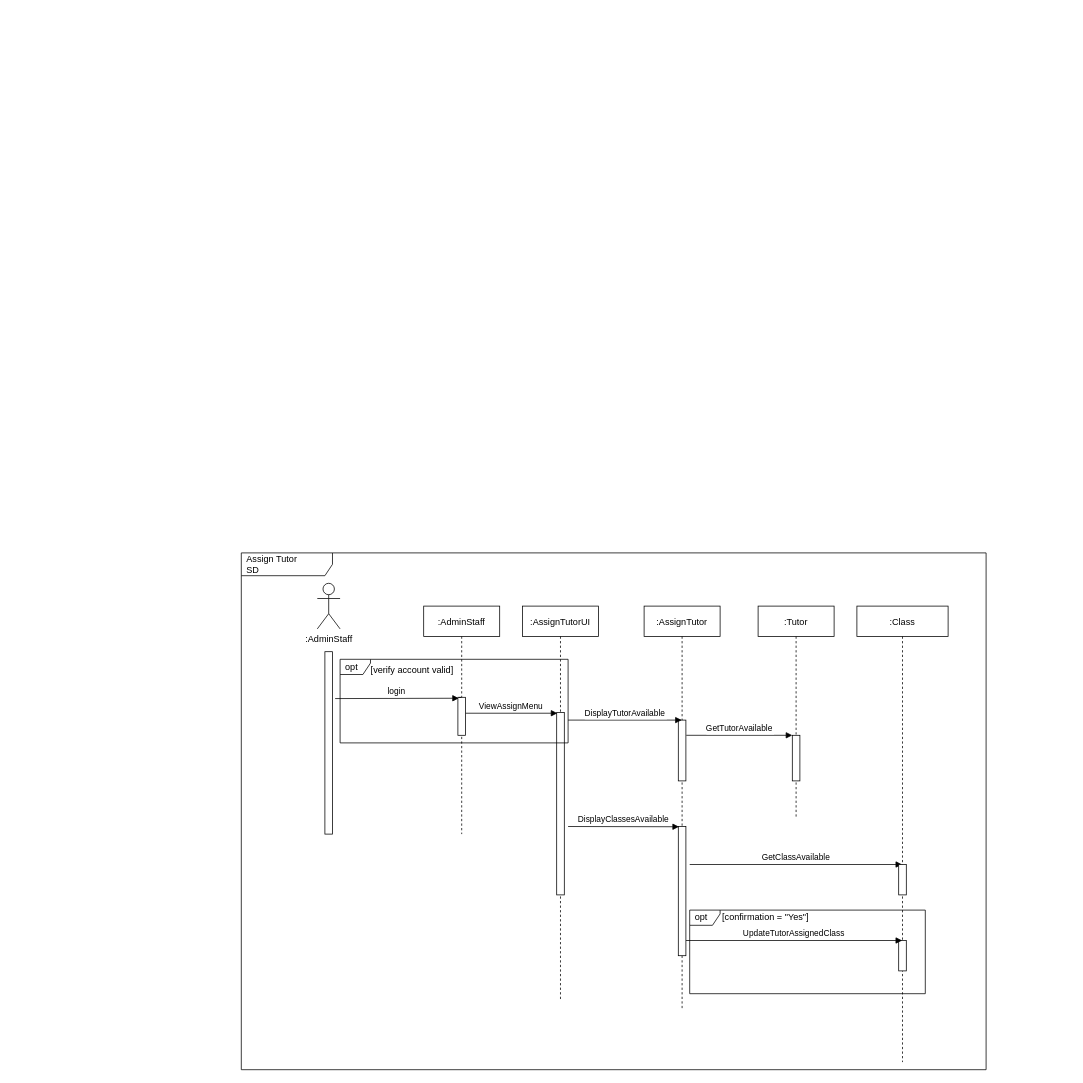
The draw.io diagram OOAD DIAGRAM/SequenceDiagram.drawio in Jerald13/SemV2-Drawio, before the edit. Source tidied: cells renumbered, new cells numbered last; positions are measured from the earlier drawing's top-left corner, leaving out a move shared by most shapes. Both pictures are drawn from the tidied source at 76%, with x=0, y=0 at pixel (241, 553).
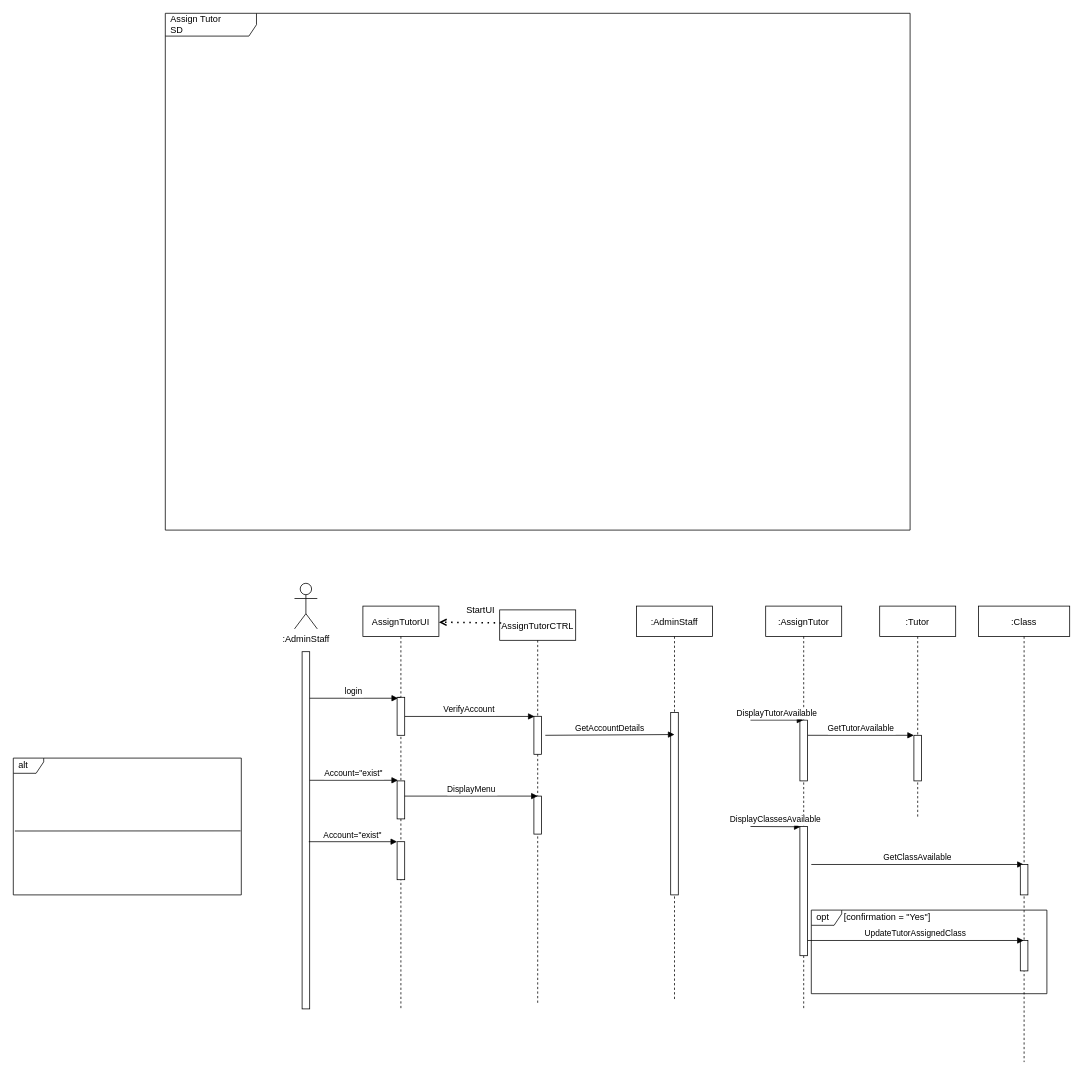
Above is the later version.

The change refers to these unchanged cells:
```xml
<mxCell id="7" style="points=[];perimeter=orthogonalPerimeter;rounded=0;shadow=0;strokeWidth=1;" parent="5" vertex="1">
  <mxGeometry x="45" y="290" width="10" height="170" as="geometry" />
</mxCell>
```

Change to the diagram source:
```diff
@@
-    <mxCell id="2" value=":AssignTutorUI" style="shape=umlLifeline;perimeter=lifelinePerimeter;rounded=0;shadow=0;strokeWidth=1;" parent="1" vertex="1">
-      <mxGeometry x="370" y="70" width="100" height="520" as="geometry" />
+    <mxCell id="2" value="AssignTutorCTRL" style="shape=umlLifeline;perimeter=lifelinePerimeter;rounded=0;shadow=0;strokeWidth=1;" parent="1" vertex="1">
+      <mxGeometry x="340" y="75" width="100" height="520" as="geometry" />
     </mxCell>
     <mxCell id="3" style="points=[];perimeter=orthogonalPerimeter;rounded=0;shadow=0;strokeWidth=1;" parent="2" vertex="1">
-      <mxGeometry x="45" y="140" width="10" height="240" as="geometry" />
+      <mxGeometry x="45" y="140" width="10" height="50" as="geometry" />
     </mxCell>
-    <mxCell id="4" value="opt" style="shape=umlFrame;whiteSpace=wrap;html=1;width=40;height=20;boundedLbl=1;verticalAlign=middle;align=left;spacingLeft=5;strokeColor=default;gradientColor=none;" parent="2" vertex="1">
-      <mxGeometry x="-240" y="70" width="300" height="110" as="geometry" />
-    </mxCell>
+    <mxCell id="29" style="perimeter=orthogonalPerimeter;rounded=0;shadow=0;strokeWidth=1;" parent="2" vertex="1">
+      <mxGeometry x="45" y="245" width="10" height="50" as="geometry" />
+    </mxCell>
     <mxCell id="5" value=":AssignTutor" style="shape=umlLifeline;perimeter=lifelinePerimeter;rounded=0;shadow=0;strokeWidth=1;" parent="1" vertex="1">
-      <mxGeometry x="530" y="70" width="100" height="530" as="geometry" />
+      <mxGeometry x="690" y="70" width="100" height="530" as="geometry" />
     </mxCell>
@@
     <mxCell id="8" value=":AdminStaff" style="shape=umlActor;verticalLabelPosition=bottom;verticalAlign=top;html=1;strokeColor=default;gradientColor=none;" parent="1" vertex="1">
-      <mxGeometry x="100" y="40" width="30" height="60" as="geometry" />
+      <mxGeometry x="70" y="40" width="30" height="60" as="geometry" />
     </mxCell>
     <mxCell id="9" style="points=[];perimeter=orthogonalPerimeter;rounded=0;shadow=0;strokeWidth=1;" parent="1" vertex="1">
-      <mxGeometry x="110" y="130" width="10" height="240" as="geometry" />
+      <mxGeometry x="80" y="130" width="10" height="470" as="geometry" />
     </mxCell>
-    <mxCell id="10" value="login" style="verticalAlign=bottom;endArrow=block;shadow=0;strokeWidth=1;exitX=1.348;exitY=0.257;exitDx=0;exitDy=0;exitPerimeter=0;entryX=0.124;entryY=0.025;entryDx=0;entryDy=0;entryPerimeter=0;" parent="1" edge="1" source="9" target="23">
+    <mxCell id="10" value="login" style="verticalAlign=bottom;endArrow=block;shadow=0;strokeWidth=1;entryX=0.124;entryY=0.025;entryDx=0;entryDy=0;entryPerimeter=0;" parent="1" edge="1" source="9" target="23">
       <mxGeometry relative="1" as="geometry" />
     </mxCell>
-    <mxCell id="11" value=":AdminStaff" style="shape=umlLifeline;perimeter=lifelinePerimeter;rounded=0;shadow=0;strokeWidth=1;" parent="1" vertex="1">
-      <mxGeometry x="240" y="70" width="100" height="300" as="geometry" />
+    <mxCell id="11" value="AssignTutorUI" style="shape=umlLifeline;perimeter=lifelinePerimeter;rounded=0;shadow=0;strokeWidth=1;" parent="1" vertex="1">
+      <mxGeometry x="160" y="70" width="100" height="530" as="geometry" />
     </mxCell>
+    <mxCell id="30" value="Account=&quot;exist&quot;" style="verticalAlign=bottom;endArrow=block;shadow=0;strokeWidth=1;entryX=0.124;entryY=0.025;entryDx=0;entryDy=0;entryPerimeter=0;" parent="11" edge="1">
+      <mxGeometry relative="1" as="geometry">
+        <mxPoint x="-70" y="229.2" as="sourcePoint" />
+        <mxPoint x="46.2" y="229.2" as="targetPoint" />
+      </mxGeometry>
+    </mxCell>
+    <mxCell id="31" style="perimeter=orthogonalPerimeter;rounded=0;shadow=0;strokeWidth=1;" parent="11" vertex="1">
+      <mxGeometry x="45" y="230" width="10" height="50" as="geometry" />
+    </mxCell>
+    <mxCell id="32" style="perimeter=orthogonalPerimeter;rounded=0;shadow=0;strokeWidth=1;" parent="11" vertex="1">
+      <mxGeometry x="45" y="310" width="10" height="50" as="geometry" />
+    </mxCell>
+    <mxCell id="33" value="Account=&quot;exist&quot;" style="verticalAlign=bottom;endArrow=block;shadow=0;strokeWidth=1;entryX=0.124;entryY=0.025;entryDx=0;entryDy=0;entryPerimeter=0;" parent="11" edge="1">
+      <mxGeometry relative="1" as="geometry">
+        <mxPoint x="-71.2" y="310" as="sourcePoint" />
+        <mxPoint x="45" y="310" as="targetPoint" />
+      </mxGeometry>
+    </mxCell>
-    <mxCell id="12" value="ViewAssignMenu" style="verticalAlign=bottom;endArrow=block;shadow=0;strokeWidth=1;entryX=0.09;entryY=0.004;entryDx=0;entryDy=0;entryPerimeter=0;startArrow=none;" parent="1" edge="1" source="23" target="3">
+    <mxCell id="12" value="VerifyAccount" style="verticalAlign=bottom;endArrow=block;shadow=0;strokeWidth=1;entryX=0.09;entryY=0.004;entryDx=0;entryDy=0;entryPerimeter=0;startArrow=none;" parent="1" edge="1" source="23" target="3">
       <mxGeometry relative="1" as="geometry" />
     </mxCell>
     <mxCell id="13" value="DisplayTutorAvailable" style="verticalAlign=bottom;endArrow=block;shadow=0;strokeWidth=1;" parent="1" edge="1" target="5">
       <mxGeometry relative="1" as="geometry">
-        <mxPoint x="430" y="220" as="sourcePoint" />
+        <mxPoint x="670" y="220" as="sourcePoint" />
       </mxGeometry>
     </mxCell>
     <mxCell id="14" value="DisplayClassesAvailable" style="verticalAlign=bottom;endArrow=block;shadow=0;strokeWidth=1;entryX=0.09;entryY=0.002;entryDx=0;entryDy=0;entryPerimeter=0;" parent="1" edge="1" target="7">
       <mxGeometry relative="1" as="geometry">
-        <mxPoint x="430" y="360" as="sourcePoint" />
+        <mxPoint x="670" y="360" as="sourcePoint" />
       </mxGeometry>
     </mxCell>
     <mxCell id="15" value="[confirmation = &quot;Yes&quot;]" style="text;html=1;strokeColor=none;fillColor=none;align=center;verticalAlign=middle;whiteSpace=wrap;rounded=0;" parent="1" vertex="1">
-      <mxGeometry x="620" y="470" width="140" height="20" as="geometry" />
+      <mxGeometry x="780" y="470" width="140" height="20" as="geometry" />
     </mxCell>
     <mxCell id="16" value=":Tutor" style="shape=umlLifeline;perimeter=lifelinePerimeter;rounded=0;shadow=0;strokeWidth=1;" parent="1" vertex="1">
-      <mxGeometry x="680" y="70" width="100" height="280" as="geometry" />
+      <mxGeometry x="840" y="70" width="100" height="280" as="geometry" />
     </mxCell>
@@
     <mxCell id="19" value="GetTutorAvailable" style="verticalAlign=bottom;endArrow=block;shadow=0;strokeWidth=1;" parent="1" edge="1">
       <mxGeometry relative="1" as="geometry">
-        <mxPoint x="585.5" y="240" as="sourcePoint" />
-        <mxPoint x="725" y="240" as="targetPoint" />
+        <mxPoint x="745.5" y="240" as="sourcePoint" />
+        <mxPoint x="885" y="240" as="targetPoint" />
       </mxGeometry>
     </mxCell>
     <mxCell id="20" value=":Class" style="shape=umlLifeline;perimeter=lifelinePerimeter;rounded=0;shadow=0;strokeWidth=1;" parent="1" vertex="1">
-      <mxGeometry x="810" y="70" width="120" height="600" as="geometry" />
+      <mxGeometry x="970" y="70" width="120" height="600" as="geometry" />
     </mxCell>
@@
     <mxCell id="23" style="points=[];perimeter=orthogonalPerimeter;rounded=0;shadow=0;strokeWidth=1;" parent="1" vertex="1">
-      <mxGeometry x="285" y="190" width="10" height="50" as="geometry" />
+      <mxGeometry x="205" y="190" width="10" height="50" as="geometry" />
     </mxCell>
@@
-    <mxCell id="25" value="[verify account valid]" style="text;html=1;strokeColor=none;fillColor=none;align=center;verticalAlign=middle;whiteSpace=wrap;rounded=0;" parent="1" vertex="1">
-      <mxGeometry x="155" y="150" width="140" height="10" as="geometry" />
-    </mxCell>
     <mxCell id="26" value="UpdateTutorAssignedClass" style="verticalAlign=bottom;endArrow=block;shadow=0;strokeWidth=1;" parent="1" edge="1" target="20">
       <mxGeometry relative="1" as="geometry">
-        <mxPoint x="585.2" y="510" as="sourcePoint" />
+        <mxPoint x="745.2" y="510" as="sourcePoint" />
       </mxGeometry>
     </mxCell>
     <mxCell id="27" value="opt" style="shape=umlFrame;whiteSpace=wrap;html=1;width=40;height=20;boundedLbl=1;verticalAlign=middle;align=left;spacingLeft=5;strokeColor=default;gradientColor=none;" parent="1" vertex="1">
-      <mxGeometry x="590" y="470" width="310" height="110" as="geometry" />
+      <mxGeometry x="750" y="470" width="310" height="110" as="geometry" />
     </mxCell>
     <mxCell id="28" value="Assign Tutor&lt;br&gt;SD" style="shape=umlFrame;whiteSpace=wrap;html=1;width=120;height=30;boundedLbl=1;verticalAlign=middle;align=left;spacingLeft=5;" parent="1" vertex="1">
-      <mxGeometry width="980" height="680" as="geometry" />
+      <mxGeometry x="-100" y="-710" width="980" height="680" as="geometry" />
     </mxCell>
+    <mxCell id="4" value="alt" style="shape=umlFrame;whiteSpace=wrap;html=1;width=40;height=20;boundedLbl=1;verticalAlign=middle;align=left;spacingLeft=5;strokeColor=default;gradientColor=none;" parent="1" vertex="1">
+      <mxGeometry x="-300" y="270" width="300" height="180" as="geometry" />
+    </mxCell>
+    <mxCell id="34" style="endArrow=none;html=1;rounded=0;entryX=0.997;entryY=0.532;entryDx=0;entryDy=0;entryPerimeter=0;exitX=0.007;exitY=0.533;exitDx=0;exitDy=0;exitPerimeter=0;" parent="1" edge="1" source="4" target="4">
+      <mxGeometry relative="1" as="geometry" />
+    </mxCell>
+    <mxCell id="35" style="endArrow=open;dashed=1;html=1;dashPattern=1 3;strokeWidth=2;rounded=0;endFill=0;exitX=0.02;exitY=0.033;exitDx=0;exitDy=0;exitPerimeter=0;entryX=1;entryY=0.04;entryDx=0;entryDy=0;entryPerimeter=0;" parent="1" edge="1" source="2" target="11">
+      <mxGeometry relative="1" as="geometry" />
+    </mxCell>
+    <mxCell id="36" value="StartUI" style="text;html=1;strokeColor=none;fillColor=none;align=center;verticalAlign=middle;whiteSpace=wrap;rounded=0;" parent="1" vertex="1">
+      <mxGeometry x="260" y="70" width="110" height="10" as="geometry" />
+    </mxCell>
+    <mxCell id="37" value=":AdminStaff" style="shape=umlLifeline;perimeter=lifelinePerimeter;rounded=0;shadow=0;strokeWidth=1;" parent="1" vertex="1">
+      <mxGeometry x="520" y="70" width="100" height="520" as="geometry" />
+    </mxCell>
+    <mxCell id="38" style="perimeter=orthogonalPerimeter;rounded=0;shadow=0;strokeWidth=1;" parent="37" vertex="1">
+      <mxGeometry x="45" y="140" width="10" height="240" as="geometry" />
+    </mxCell>
+    <mxCell id="39" value="GetAccountDetails" style="verticalAlign=bottom;endArrow=block;shadow=0;strokeWidth=1;startArrow=none;" parent="37" edge="1">
+      <mxGeometry relative="1" as="geometry">
+        <mxPoint x="-120" y="170" as="sourcePoint" />
+        <mxPoint x="50" y="169" as="targetPoint" />
+      </mxGeometry>
+    </mxCell>
+    <mxCell id="40" value="DisplayMenu" style="verticalAlign=bottom;endArrow=block;shadow=0;strokeWidth=1;" parent="1" edge="1">
+      <mxGeometry relative="1" as="geometry">
+        <mxPoint x="215" y="320" as="sourcePoint" />
+        <mxPoint x="390" y="320" as="targetPoint" />
+      </mxGeometry>
+    </mxCell>
```
